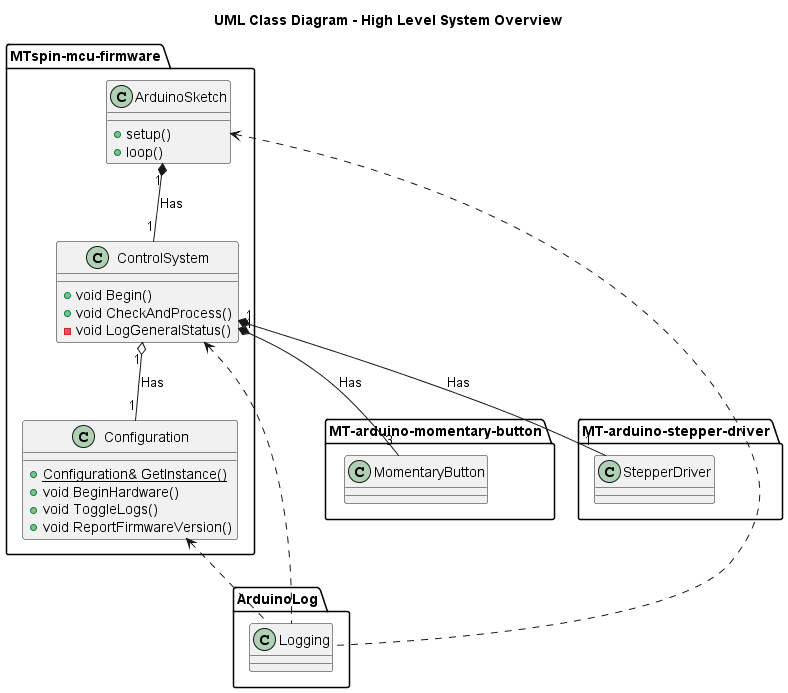
This is images/uml-class-diagram-overview.png from Morgritech/MTspin-mcu-firmware, a PlantUML export, as it was before one commit.
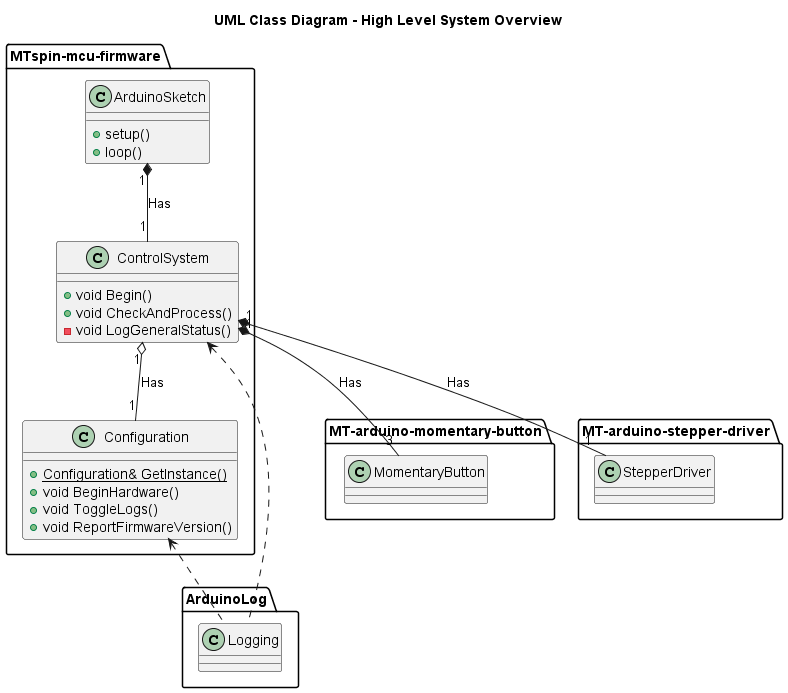
The same diagram one commit later.

Commit message:
Removed dependency of ArduinoLog library from the Arduino sketch.

What changed in the source:
```diff
@@ -37,7 +37,6 @@
 }
 
 ArduinoSketch "1" *--"1" ControlSystem : Has
-ArduinoSketch <.. Logging
 
 Configuration <.. Logging
 
```
